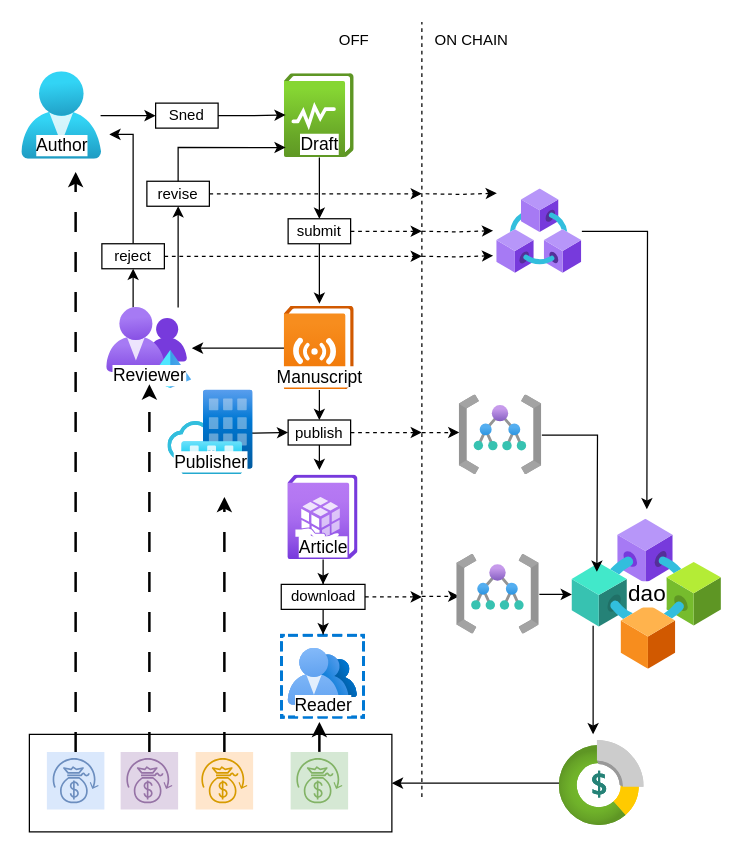
The draw.io diagram docs/frame.drawio in thales-casia/journal-dao, before the edit. Source tidied: cells renumbered, new cells numbered last; positions are measured from the earlier drawing's top-left corner, leaving out a move shared by most shapes. Both pictures are drawn from the tidied source at 125%, with x=0, y=0 at pixel (21, 21).
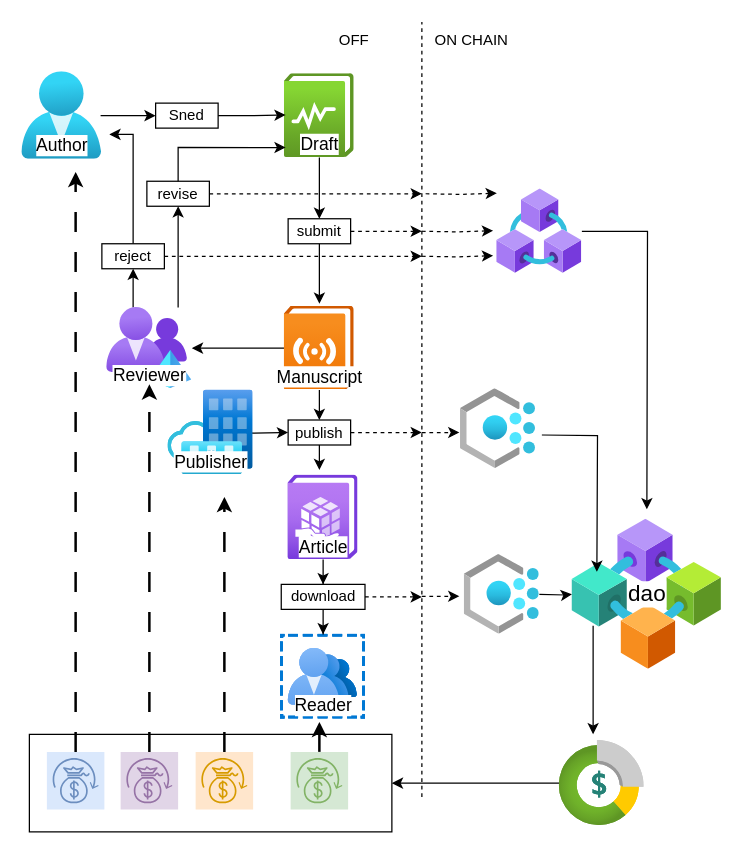
After the change.

Unchanged cells that the change refers to:
```xml
<mxCell id="32" value="dao" style="image;html=1;points=[];align=center;fontSize=18;image=img/lib/azure2/blockchain/Consortium.svg;labelPosition=center;verticalLabelPosition=middle;verticalAlign=middle;" parent="1" vertex="1">
  <mxGeometry x="440" y="398" width="120" height="120" as="geometry" />
</mxCell>
```

What changed in the source:
```diff
@@
-    <mxCell id="42" style="image;html=1;points=[];align=center;fontSize=12;image=img/lib/azure2/general/Management_Groups.svg;" parent="1" vertex="1">
-      <mxGeometry x="350" y="298.5" width="66" height="64" as="geometry" />
-    </mxCell>
-    <mxCell id="43" style="edgeStyle=orthogonalEdgeStyle;rounded=0;jettySize=auto;html=1;" parent="1" edge="1" source="44" target="32">
-      <mxGeometry relative="1" as="geometry" />
+    <mxCell id="43" style="edgeStyle=orthogonalEdgeStyle;rounded=0;jettySize=auto;html=1;" parent="1" edge="1" target="32">
+      <mxGeometry relative="1" as="geometry">
+        <mxPoint x="414" y="458" as="sourcePoint" />
+      </mxGeometry>
     </mxCell>
-    <mxCell id="44" style="image;html=1;points=[];align=center;fontSize=12;image=img/lib/azure2/general/Management_Groups.svg;" parent="1" vertex="1">
-      <mxGeometry x="348" y="426" width="66" height="64" as="geometry" />
-    </mxCell>
@@
-    <mxCell id="60" style="edgeStyle=orthogonalEdgeStyle;rounded=0;jettySize=auto;html=1;" parent="1" edge="1" source="42">
+    <mxCell id="60" style="edgeStyle=orthogonalEdgeStyle;rounded=0;orthogonalLoop=1;jettySize=auto;html=1;" parent="1" edge="1">
       <mxGeometry relative="1" as="geometry">
+        <mxPoint x="416" y="330.5" as="sourcePoint" />
         <mxPoint x="460" y="440" as="targetPoint" />
       </mxGeometry>
     </mxCell>
+    <mxCell id="61" style="image;html=1;align=center;fontSize=12;image=img/lib/azure2/management_governance/Policy.svg;" parent="1" vertex="1">
+      <mxGeometry x="351" y="293.5" width="60" height="64" as="geometry" />
+    </mxCell>
+    <mxCell id="62" style="image;html=1;align=center;fontSize=12;image=img/lib/azure2/management_governance/Policy.svg;" parent="1" vertex="1">
+      <mxGeometry x="354" y="426" width="60" height="64" as="geometry" />
+    </mxCell>
```
